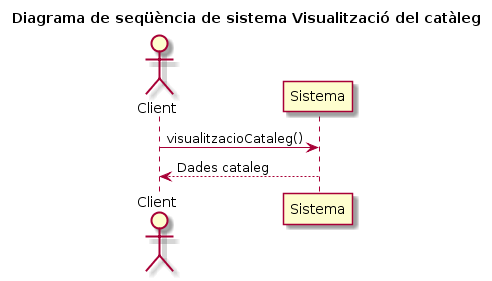
Above: uml/img/DSS2aFunc.png in IvanSevilla/totserapp (PlantUML), before the change.
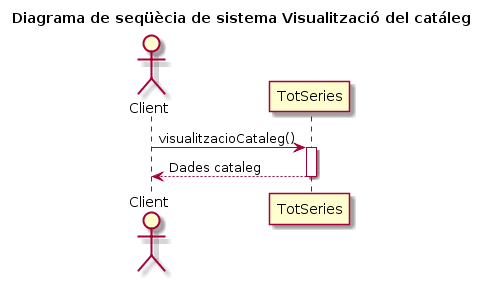
The same file after the commit.

Diff of the diagram source:
```diff
@@ -1,7 +1,9 @@
 @startuml
-title Diagrama de seqüència de sistema Visualització del catàleg
+title Diagrama de seqüècia de sistema Visualització del catáleg
 Actor Client
-Client -> Sistema: visualitzacioCataleg()
+Client -> TotSeries: visualitzacioCataleg()
+activate TotSeries
 
-Client <-- Sistema: Dades cataleg
+Client <-- TotSeries: Dades cataleg
+deactivate TotSeries
 @enduml
```
